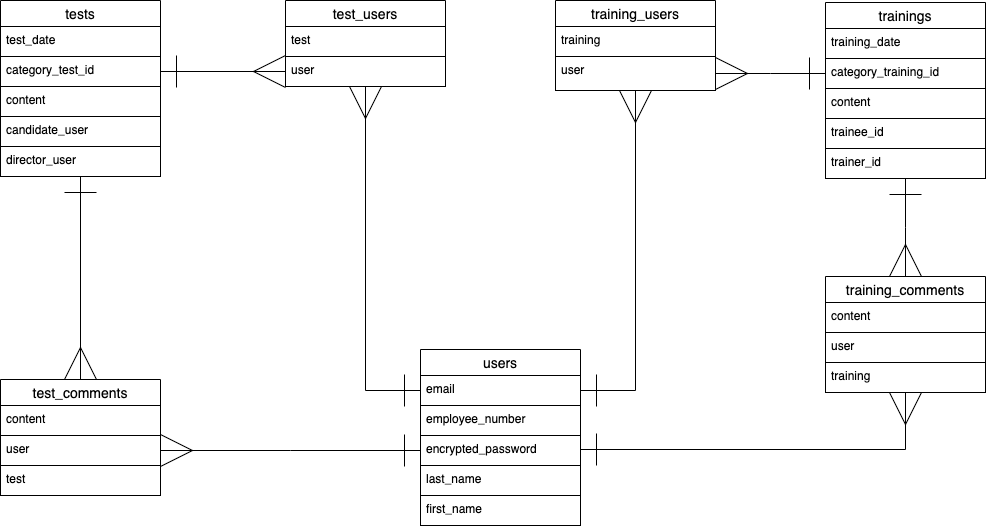
Above: trainingAppER.drawio.png in matsuikohei/trainingApp (draw.io), before the change. Source tidied: cells renumbered, new cells last; positions are measured from the earlier drawing's top-left corner, leaving out a move shared by most shapes.
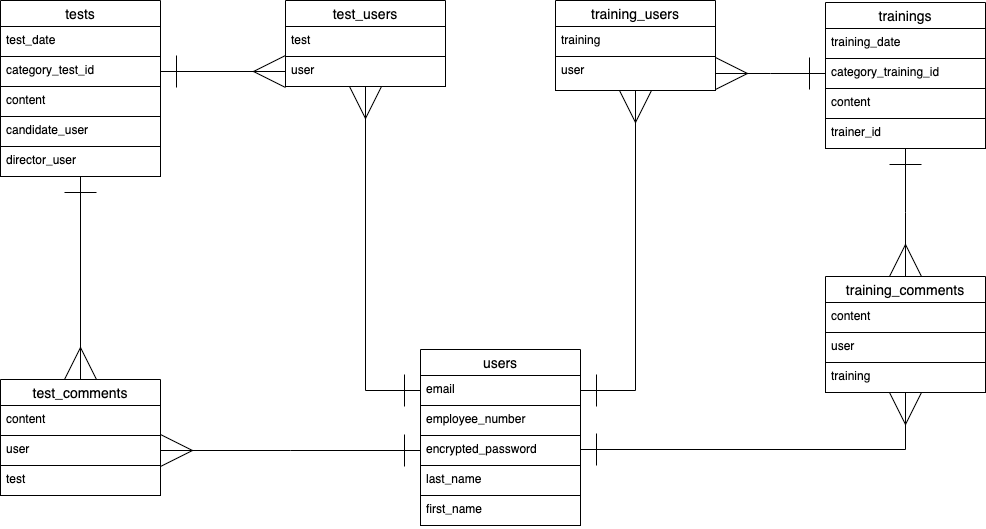
The same file after the commit.

Commit message:
trainee_idの削除

Diff of the diagram source:
```diff
@@ -21,7 +21,7 @@
       <mxGeometry y="146" width="160" height="30" as="geometry" />
     </mxCell>
     <mxCell id="8" value="trainings" style="swimlane;fontStyle=0;horizontal=1;startSize=26;align=center;fontSize=14;" parent="1" vertex="1">
-      <mxGeometry x="825" y="2" width="160" height="176" as="geometry" />
+      <mxGeometry x="825" y="2" width="160" height="146" as="geometry" />
     </mxCell>
     <mxCell id="9" value="training_date" style="text;strokeColor=default;fillColor=none;spacingLeft=4;spacingRight=4;overflow=hidden;fontSize=12;" parent="8" vertex="1">
       <mxGeometry y="26" width="160" height="30" as="geometry" />
@@ -32,11 +32,8 @@
     <mxCell id="11" value="content" style="text;strokeColor=default;fillColor=none;spacingLeft=4;spacingRight=4;overflow=hidden;fontSize=12;" parent="8" vertex="1">
       <mxGeometry y="86" width="160" height="30" as="geometry" />
     </mxCell>
-    <mxCell id="12" value="trainee_id" style="text;strokeColor=default;fillColor=none;spacingLeft=4;spacingRight=4;overflow=hidden;fontSize=12;" parent="8" vertex="1">
-      <mxGeometry y="116" width="160" height="30" as="geometry" />
-    </mxCell>
     <mxCell id="13" value="trainer_id" style="text;strokeColor=default;fillColor=none;spacingLeft=4;spacingRight=4;overflow=hidden;points=[[0,0.5],[1,0.5]];portConstraint=eastwest;fontSize=12;" parent="8" vertex="1">
-      <mxGeometry y="146" width="160" height="30" as="geometry" />
+      <mxGeometry y="116" width="160" height="30" as="geometry" />
     </mxCell>
     <mxCell id="14" value="tests" style="swimlane;fontStyle=0;horizontal=1;startSize=26;align=center;fontSize=14;" parent="1" vertex="1">
       <mxGeometry width="160" height="176" as="geometry" />
```
